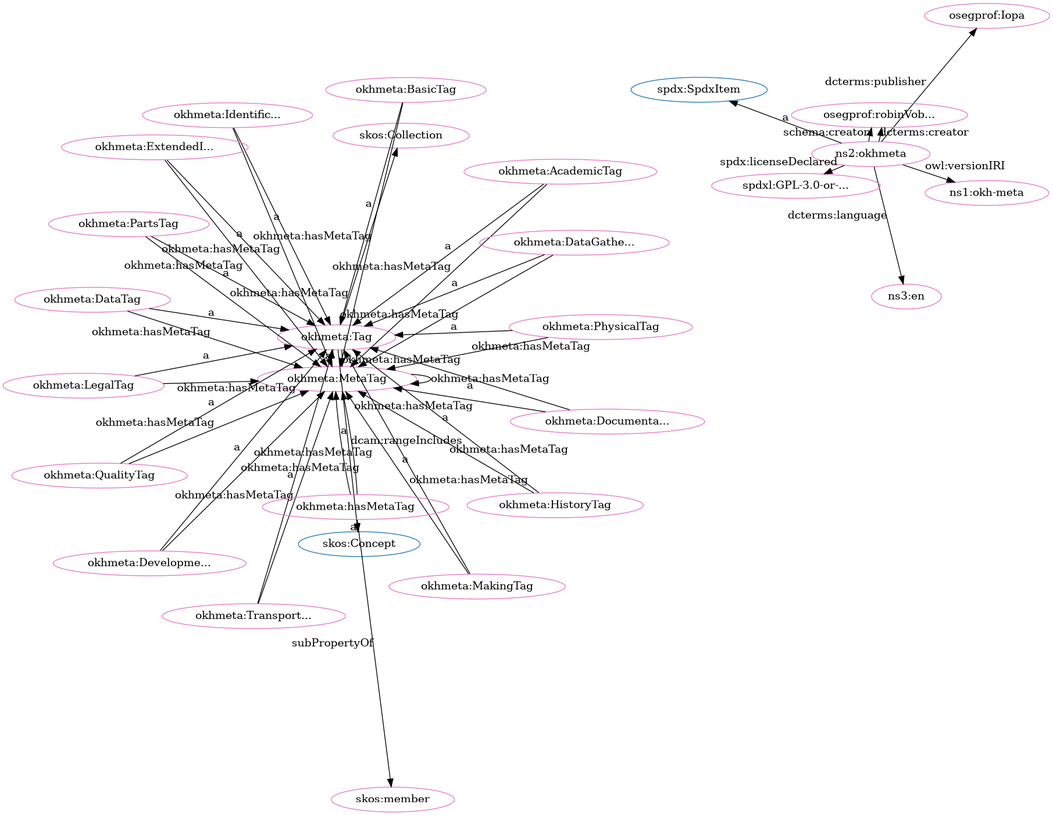
Above: src/spec/dot_okh-meta-clean.png in iop-alliance/OpenKnowHow (Graphviz), before the change. Its source is kept beside it as src/spec/dot_okh-meta-clean.dot.
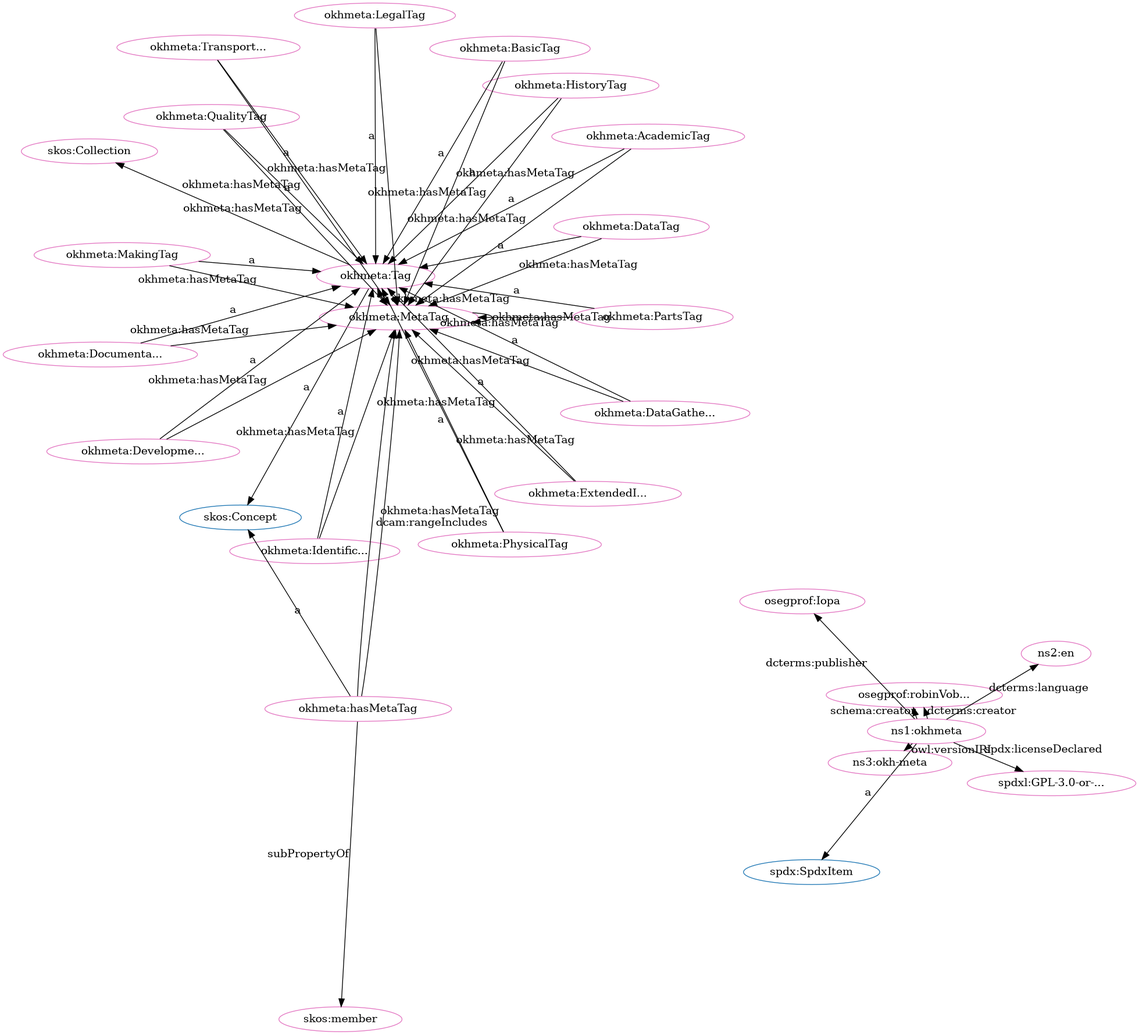
Above is the later version.

Change to the diagram source:
```diff
@@ -1,80 +1,80 @@
 digraph G {
   rankdir=BT
   node[height=.3]
+"http://www.w3.org/2004/02/skos/core#Collection" [fillcolor="#1f77b4" color="#1f77b4" label="skos:Collection"]
 "http://w3id.org/oseg/ont/okhmeta#Tag" [fillcolor="#1f77b4" color="#1f77b4" label="okhmeta:Tag"]
 "http://spdx.org/rdf/terms#SpdxItem" [fillcolor="#1f77b4" color="#1f77b4" label="spdx:SpdxItem"]
-"http://www.w3.org/2004/02/skos/core#Collection" [fillcolor="#1f77b4" color="#1f77b4" label="skos:Collection"]
 "http://www.w3.org/2004/02/skos/core#Concept" [fillcolor="#1f77b4" color="#1f77b4" label="skos:Concept"]
+"http://w3id.org/oseg/ont/okhmeta#QualityTag" [fillcolor="#e377c2" color="#e377c2" label="okhmeta:QualityTag"]
+"http://w3id.org/oseg/ont/okhmeta#AcademicTag" [fillcolor="#e377c2" color="#e377c2" label="okhmeta:AcademicTag"]
+"http://w3id.org/oseg/ont/okhmeta#MetaTag" [fillcolor="#e377c2" color="#e377c2" label="okhmeta:MetaTag"]
+"http://w3id.org/oseg/ont/okhmeta" [fillcolor="#e377c2" color="#e377c2" label="ns1:okhmeta"]
+"http://w3id.org/oseg/ont/okhmeta#DocumentationTag" [fillcolor="#e377c2" color="#e377c2" label="okhmeta:Documenta..."]
+"http://w3id.org/oseg/ont/okhmeta#HistoryTag" [fillcolor="#e377c2" color="#e377c2" label="okhmeta:HistoryTag"]
+"http://w3id.org/oseg/ont/okhmeta#IdentificationTag" [fillcolor="#e377c2" color="#e377c2" label="okhmeta:Identific..."]
+"http://spdx.org/licenses/GPL-3.0-or-later" [fillcolor="#e377c2" color="#e377c2" label="spdxl:GPL-3.0-or-..."]
+"http://w3id.org/oseg/ont/okhmeta#DevelopmentTag" [fillcolor="#e377c2" color="#e377c2" label="okhmeta:Developme..."]
 "http://w3id.org/oseg/ont/okhmeta#LegalTag" [fillcolor="#e377c2" color="#e377c2" label="okhmeta:LegalTag"]
-"http://w3id.org/oseg/ont/oseg-profiles#Iopa" [fillcolor="#e377c2" color="#e377c2" label="osegprof:Iopa"]
-"http://w3id.org/oseg/ont/okhmeta#MetaTag" [fillcolor="#e377c2" color="#e377c2" label="okhmeta:MetaTag"]
-"http://w3id.org/oseg/ont/1.1.0/okh-meta" [fillcolor="#e377c2" color="#e377c2" label="ns1:okh-meta"]
-"http://w3id.org/oseg/ont/okhmeta#IdentificationTag" [fillcolor="#e377c2" color="#e377c2" label="okhmeta:Identific..."]
-"http://w3id.org/oseg/ont/okhmeta#TransportationTag" [fillcolor="#e377c2" color="#e377c2" label="okhmeta:Transport..."]
-"http://w3id.org/oseg/ont/okhmeta" [fillcolor="#e377c2" color="#e377c2" label="ns2:okhmeta"]
-"http://id.loc.gov/vocabulary/iso639-1/en" [fillcolor="#e377c2" color="#e377c2" label="ns3:en"]
-"http://w3id.org/oseg/ont/okhmeta#DocumentationTag" [fillcolor="#e377c2" color="#e377c2" label="okhmeta:Documenta..."]
+"http://www.w3.org/2004/02/skos/core#Collection" [fillcolor="#e377c2" color="#e377c2" label="skos:Collection"]
+"http://w3id.org/oseg/ont/oseg-profiles#robinVobruba" [fillcolor="#e377c2" color="#e377c2" label="osegprof:robinVob..."]
+"http://w3id.org/oseg/ont/okhmeta#hasMetaTag" [fillcolor="#e377c2" color="#e377c2" label="okhmeta:hasMetaTag"]
 "http://www.w3.org/2004/02/skos/core#member" [fillcolor="#e377c2" color="#e377c2" label="skos:member"]
 "http://w3id.org/oseg/ont/okhmeta#MakingTag" [fillcolor="#e377c2" color="#e377c2" label="okhmeta:MakingTag"]
-"http://w3id.org/oseg/ont/okhmeta#QualityTag" [fillcolor="#e377c2" color="#e377c2" label="okhmeta:QualityTag"]
-"http://w3id.org/oseg/ont/okhmeta#DevelopmentTag" [fillcolor="#e377c2" color="#e377c2" label="okhmeta:Developme..."]
+"http://id.loc.gov/vocabulary/iso639-1/en" [fillcolor="#e377c2" color="#e377c2" label="ns2:en"]
+"http://w3id.org/oseg/ont/okhmeta#DataTag" [fillcolor="#e377c2" color="#e377c2" label="okhmeta:DataTag"]
+"http://w3id.org/oseg/ont/okhmeta#ExtendedInfoTag" [fillcolor="#e377c2" color="#e377c2" label="okhmeta:ExtendedI..."]
 "http://w3id.org/oseg/ont/okhmeta#Tag" [fillcolor="#e377c2" color="#e377c2" label="okhmeta:Tag"]
-"http://www.w3.org/2004/02/skos/core#Collection" [fillcolor="#e377c2" color="#e377c2" label="skos:Collection"]
+"http://w3id.org/oseg/ont/okhmeta#DataGatheringTag" [fillcolor="#e377c2" color="#e377c2" label="okhmeta:DataGathe..."]
+"http://w3id.org/oseg/ont/oseg-profiles#Iopa" [fillcolor="#e377c2" color="#e377c2" label="osegprof:Iopa"]
+"http://w3id.org/oseg/ont/okhmeta#TransportationTag" [fillcolor="#e377c2" color="#e377c2" label="okhmeta:Transport..."]
 "http://w3id.org/oseg/ont/okhmeta#PhysicalTag" [fillcolor="#e377c2" color="#e377c2" label="okhmeta:PhysicalTag"]
-"http://w3id.org/oseg/ont/okhmeta#AcademicTag" [fillcolor="#e377c2" color="#e377c2" label="okhmeta:AcademicTag"]
-"http://w3id.org/oseg/ont/oseg-profiles#robinVobruba" [fillcolor="#e377c2" color="#e377c2" label="osegprof:robinVob..."]
-"http://w3id.org/oseg/ont/okhmeta#DataTag" [fillcolor="#e377c2" color="#e377c2" label="okhmeta:DataTag"]
-"http://w3id.org/oseg/ont/okhmeta#hasMetaTag" [fillcolor="#e377c2" color="#e377c2" label="okhmeta:hasMetaTag"]
+"http://w3id.org/oseg/ont/1.1.0/okh-meta" [fillcolor="#e377c2" color="#e377c2" label="ns3:okh-meta"]
 "http://w3id.org/oseg/ont/okhmeta#BasicTag" [fillcolor="#e377c2" color="#e377c2" label="okhmeta:BasicTag"]
 "http://w3id.org/oseg/ont/okhmeta#PartsTag" [fillcolor="#e377c2" color="#e377c2" label="okhmeta:PartsTag"]
-"http://w3id.org/oseg/ont/okhmeta#DataGatheringTag" [fillcolor="#e377c2" color="#e377c2" label="okhmeta:DataGathe..."]
-"http://w3id.org/oseg/ont/okhmeta#ExtendedInfoTag" [fillcolor="#e377c2" color="#e377c2" label="okhmeta:ExtendedI..."]
-"http://w3id.org/oseg/ont/okhmeta#HistoryTag" [fillcolor="#e377c2" color="#e377c2" label="okhmeta:HistoryTag"]
-"http://spdx.org/licenses/GPL-3.0-or-later" [fillcolor="#e377c2" color="#e377c2" label="spdxl:GPL-3.0-or-..."]
+  "http://w3id.org/oseg/ont/okhmeta#DataGatheringTag" -> "http://w3id.org/oseg/ont/okhmeta#MetaTag" [label="okhmeta:hasMetaTag"]
+  "http://w3id.org/oseg/ont/okhmeta" -> "http://spdx.org/rdf/terms#SpdxItem" [label="a"]
+  "http://w3id.org/oseg/ont/okhmeta#hasMetaTag" -> "http://w3id.org/oseg/ont/okhmeta#MetaTag" [label="dcam:rangeIncludes"]
+  "http://w3id.org/oseg/ont/okhmeta#BasicTag" -> "http://w3id.org/oseg/ont/okhmeta#MetaTag" [label="okhmeta:hasMetaTag"]
+  "http://w3id.org/oseg/ont/okhmeta#QualityTag" -> "http://w3id.org/oseg/ont/okhmeta#MetaTag" [label="okhmeta:hasMetaTag"]
+  "http://w3id.org/oseg/ont/okhmeta#AcademicTag" -> "http://w3id.org/oseg/ont/okhmeta#MetaTag" [label="okhmeta:hasMetaTag"]
+  "http://w3id.org/oseg/ont/okhmeta#Tag" -> "http://www.w3.org/2004/02/skos/core#Collection" [label=""]
+  "http://w3id.org/oseg/ont/okhmeta" -> "http://w3id.org/oseg/ont/oseg-profiles#robinVobruba" [label="schema:creator"]
+  "http://w3id.org/oseg/ont/okhmeta#MetaTag" -> "http://w3id.org/oseg/ont/okhmeta#MetaTag" [label="okhmeta:hasMetaTag"]
+  "http://w3id.org/oseg/ont/okhmeta#DocumentationTag" -> "http://w3id.org/oseg/ont/okhmeta#MetaTag" [label="okhmeta:hasMetaTag"]
+  "http://w3id.org/oseg/ont/okhmeta#DataTag" -> "http://w3id.org/oseg/ont/okhmeta#MetaTag" [label="okhmeta:hasMetaTag"]
+  "http://w3id.org/oseg/ont/okhmeta#HistoryTag" -> "http://w3id.org/oseg/ont/okhmeta#MetaTag" [label="okhmeta:hasMetaTag"]
+  "http://w3id.org/oseg/ont/okhmeta#hasMetaTag" -> "http://www.w3.org/2004/02/skos/core#member" [label="subPropertyOf"]
+  "http://w3id.org/oseg/ont/okhmeta#MakingTag" -> "http://w3id.org/oseg/ont/okhmeta#Tag" [label="a"]
+  "http://w3id.org/oseg/ont/okhmeta" -> "http://id.loc.gov/vocabulary/iso639-1/en" [label="dcterms:language"]
+  "http://w3id.org/oseg/ont/okhmeta#DevelopmentTag" -> "http://w3id.org/oseg/ont/okhmeta#MetaTag" [label="okhmeta:hasMetaTag"]
+  "http://w3id.org/oseg/ont/okhmeta#LegalTag" -> "http://w3id.org/oseg/ont/okhmeta#MetaTag" [label="okhmeta:hasMetaTag"]
+  "http://w3id.org/oseg/ont/okhmeta#IdentificationTag" -> "http://w3id.org/oseg/ont/okhmeta#MetaTag" [label="okhmeta:hasMetaTag"]
+  "http://w3id.org/oseg/ont/okhmeta#ExtendedInfoTag" -> "http://w3id.org/oseg/ont/okhmeta#Tag" [label="a"]
+  "http://w3id.org/oseg/ont/okhmeta#DataGatheringTag" -> "http://w3id.org/oseg/ont/okhmeta#Tag" [label="a"]
+  "http://w3id.org/oseg/ont/okhmeta#TransportationTag" -> "http://w3id.org/oseg/ont/okhmeta#MetaTag" [label="okhmeta:hasMetaTag"]
+  "http://w3id.org/oseg/ont/okhmeta" -> "http://w3id.org/oseg/ont/oseg-profiles#Iopa" [label="dcterms:publisher"]
+  "http://w3id.org/oseg/ont/okhmeta#PhysicalTag" -> "http://w3id.org/oseg/ont/okhmeta#MetaTag" [label="okhmeta:hasMetaTag"]
+  "http://w3id.org/oseg/ont/okhmeta#TransportationTag" -> "http://w3id.org/oseg/ont/okhmeta#Tag" [label="a"]
+  "http://w3id.org/oseg/ont/okhmeta#BasicTag" -> "http://w3id.org/oseg/ont/okhmeta#Tag" [label="a"]
+  "http://w3id.org/oseg/ont/okhmeta#QualityTag" -> "http://w3id.org/oseg/ont/okhmeta#Tag" [label="a"]
+  "http://w3id.org/oseg/ont/okhmeta#AcademicTag" -> "http://w3id.org/oseg/ont/okhmeta#Tag" [label="a"]
+  "http://w3id.org/oseg/ont/okhmeta#HistoryTag" -> "http://w3id.org/oseg/ont/okhmeta#Tag" [label="a"]
+  "http://w3id.org/oseg/ont/okhmeta#DocumentationTag" -> "http://w3id.org/oseg/ont/okhmeta#Tag" [label="a"]
+  "http://w3id.org/oseg/ont/okhmeta#IdentificationTag" -> "http://w3id.org/oseg/ont/okhmeta#Tag" [label="a"]
+  "http://w3id.org/oseg/ont/okhmeta" -> "http://spdx.org/licenses/GPL-3.0-or-later" [label="spdx:licenseDeclared"]
+  "http://w3id.org/oseg/ont/okhmeta#DevelopmentTag" -> "http://w3id.org/oseg/ont/okhmeta#Tag" [label="a"]
   "http://w3id.org/oseg/ont/okhmeta#LegalTag" -> "http://w3id.org/oseg/ont/okhmeta#Tag" [label="a"]
-  "http://w3id.org/oseg/ont/okhmeta" -> "http://w3id.org/oseg/ont/oseg-profiles#Iopa" [label="dcterms:publisher"]
-  "http://w3id.org/oseg/ont/okhmeta#QualityTag" -> "http://w3id.org/oseg/ont/okhmeta#MetaTag" [label="okhmeta:hasMetaTag"]
-  "http://w3id.org/oseg/ont/okhmeta" -> "http://id.loc.gov/vocabulary/iso639-1/en" [label="dcterms:language"]
-  "http://w3id.org/oseg/ont/okhmeta#hasMetaTag" -> "http://www.w3.org/2004/02/skos/core#member" [label="subPropertyOf"]
+  "http://w3id.org/oseg/ont/okhmeta#PartsTag" -> "http://w3id.org/oseg/ont/okhmeta#MetaTag" [label="okhmeta:hasMetaTag"]
+  "http://w3id.org/oseg/ont/okhmeta#hasMetaTag" -> "http://www.w3.org/2004/02/skos/core#Concept" [label="a"]
+  "http://w3id.org/oseg/ont/okhmeta#MetaTag" -> "http://w3id.org/oseg/ont/okhmeta#Tag" [label="a"]
   "http://w3id.org/oseg/ont/okhmeta#ExtendedInfoTag" -> "http://w3id.org/oseg/ont/okhmeta#MetaTag" [label="okhmeta:hasMetaTag"]
-  "http://w3id.org/oseg/ont/okhmeta#MakingTag" -> "http://w3id.org/oseg/ont/okhmeta#Tag" [label="a"]
-  "http://w3id.org/oseg/ont/okhmeta#DevelopmentTag" -> "http://w3id.org/oseg/ont/okhmeta#Tag" [label="a"]
-  "http://w3id.org/oseg/ont/okhmeta#MetaTag" -> "http://w3id.org/oseg/ont/okhmeta#MetaTag" [label="okhmeta:hasMetaTag"]
-  "http://w3id.org/oseg/ont/okhmeta#Tag" -> "http://www.w3.org/2004/02/skos/core#Collection" [label=""]
-  "http://w3id.org/oseg/ont/okhmeta#LegalTag" -> "http://w3id.org/oseg/ont/okhmeta#MetaTag" [label="okhmeta:hasMetaTag"]
-  "http://w3id.org/oseg/ont/okhmeta#AcademicTag" -> "http://w3id.org/oseg/ont/okhmeta#Tag" [label="a"]
-  "http://w3id.org/oseg/ont/okhmeta#DevelopmentTag" -> "http://w3id.org/oseg/ont/okhmeta#MetaTag" [label="okhmeta:hasMetaTag"]
-  "http://w3id.org/oseg/ont/okhmeta#BasicTag" -> "http://w3id.org/oseg/ont/okhmeta#Tag" [label="a"]
-  "http://w3id.org/oseg/ont/okhmeta" -> "http://w3id.org/oseg/ont/oseg-profiles#robinVobruba" [label="schema:creator"]
+  "http://w3id.org/oseg/ont/okhmeta#DataTag" -> "http://w3id.org/oseg/ont/okhmeta#Tag" [label="a"]
+  "http://w3id.org/oseg/ont/okhmeta" -> "http://w3id.org/oseg/ont/oseg-profiles#robinVobruba" [label="dcterms:creator"]
+  "http://w3id.org/oseg/ont/okhmeta#hasMetaTag" -> "http://w3id.org/oseg/ont/okhmeta#MetaTag" [label="okhmeta:hasMetaTag"]
+  "http://w3id.org/oseg/ont/okhmeta#Tag" -> "http://www.w3.org/2004/02/skos/core#Concept" [label="a"]
+  "http://w3id.org/oseg/ont/okhmeta#Tag" -> "http://w3id.org/oseg/ont/okhmeta#MetaTag" [label="okhmeta:hasMetaTag"]
+  "http://w3id.org/oseg/ont/okhmeta#PhysicalTag" -> "http://w3id.org/oseg/ont/okhmeta#Tag" [label="a"]
+  "http://w3id.org/oseg/ont/okhmeta" -> "http://w3id.org/oseg/ont/1.1.0/okh-meta" [label="owl:versionIRI"]
   "http://w3id.org/oseg/ont/okhmeta#PartsTag" -> "http://w3id.org/oseg/ont/okhmeta#Tag" [label="a"]
-  "http://w3id.org/oseg/ont/okhmeta#DataGatheringTag" -> "http://w3id.org/oseg/ont/okhmeta#Tag" [label="a"]
-  "http://w3id.org/oseg/ont/okhmeta#hasMetaTag" -> "http://w3id.org/oseg/ont/okhmeta#MetaTag" [label="okhmeta:hasMetaTag"]
-  "http://w3id.org/oseg/ont/okhmeta" -> "http://spdx.org/rdf/terms#SpdxItem" [label="a"]
-  "http://w3id.org/oseg/ont/okhmeta#HistoryTag" -> "http://w3id.org/oseg/ont/okhmeta#Tag" [label="a"]
-  "http://w3id.org/oseg/ont/okhmeta#DataTag" -> "http://w3id.org/oseg/ont/okhmeta#MetaTag" [label="okhmeta:hasMetaTag"]
-  "http://w3id.org/oseg/ont/okhmeta" -> "http://spdx.org/licenses/GPL-3.0-or-later" [label="spdx:licenseDeclared"]
-  "http://w3id.org/oseg/ont/okhmeta#IdentificationTag" -> "http://w3id.org/oseg/ont/okhmeta#MetaTag" [label="okhmeta:hasMetaTag"]
-  "http://w3id.org/oseg/ont/okhmeta#BasicTag" -> "http://w3id.org/oseg/ont/okhmeta#MetaTag" [label="okhmeta:hasMetaTag"]
-  "http://w3id.org/oseg/ont/okhmeta#PartsTag" -> "http://w3id.org/oseg/ont/okhmeta#MetaTag" [label="okhmeta:hasMetaTag"]
-  "http://w3id.org/oseg/ont/okhmeta" -> "http://w3id.org/oseg/ont/1.1.0/okh-meta" [label="owl:versionIRI"]
-  "http://w3id.org/oseg/ont/okhmeta#DocumentationTag" -> "http://w3id.org/oseg/ont/okhmeta#MetaTag" [label="okhmeta:hasMetaTag"]
-  "http://w3id.org/oseg/ont/okhmeta#IdentificationTag" -> "http://w3id.org/oseg/ont/okhmeta#Tag" [label="a"]
-  "http://w3id.org/oseg/ont/okhmeta#TransportationTag" -> "http://w3id.org/oseg/ont/okhmeta#Tag" [label="a"]
-  "http://w3id.org/oseg/ont/okhmeta#DocumentationTag" -> "http://w3id.org/oseg/ont/okhmeta#Tag" [label="a"]
-  "http://w3id.org/oseg/ont/okhmeta#QualityTag" -> "http://w3id.org/oseg/ont/okhmeta#Tag" [label="a"]
-  "http://w3id.org/oseg/ont/okhmeta#AcademicTag" -> "http://w3id.org/oseg/ont/okhmeta#MetaTag" [label="okhmeta:hasMetaTag"]
-  "http://w3id.org/oseg/ont/okhmeta#Tag" -> "http://www.w3.org/2004/02/skos/core#Concept" [label="a"]
-  "http://w3id.org/oseg/ont/okhmeta#PhysicalTag" -> "http://w3id.org/oseg/ont/okhmeta#Tag" [label="a"]
-  "http://w3id.org/oseg/ont/okhmeta#TransportationTag" -> "http://w3id.org/oseg/ont/okhmeta#MetaTag" [label="okhmeta:hasMetaTag"]
-  "http://w3id.org/oseg/ont/okhmeta" -> "http://w3id.org/oseg/ont/oseg-profiles#robinVobruba" [label="dcterms:creator"]
-  "http://w3id.org/oseg/ont/okhmeta#DataTag" -> "http://w3id.org/oseg/ont/okhmeta#Tag" [label="a"]
-  "http://w3id.org/oseg/ont/okhmeta#hasMetaTag" -> "http://www.w3.org/2004/02/skos/core#Concept" [label="a"]
-  "http://w3id.org/oseg/ont/okhmeta#Tag" -> "http://w3id.org/oseg/ont/okhmeta#MetaTag" [label="okhmeta:hasMetaTag"]
-  "http://w3id.org/oseg/ont/okhmeta#DataGatheringTag" -> "http://w3id.org/oseg/ont/okhmeta#MetaTag" [label="okhmeta:hasMetaTag"]
   "http://w3id.org/oseg/ont/okhmeta#MakingTag" -> "http://w3id.org/oseg/ont/okhmeta#MetaTag" [label="okhmeta:hasMetaTag"]
-  "http://w3id.org/oseg/ont/okhmeta#hasMetaTag" -> "http://w3id.org/oseg/ont/okhmeta#MetaTag" [label="dcam:rangeIncludes"]
-  "http://w3id.org/oseg/ont/okhmeta#PhysicalTag" -> "http://w3id.org/oseg/ont/okhmeta#MetaTag" [label="okhmeta:hasMetaTag"]
-  "http://w3id.org/oseg/ont/okhmeta#ExtendedInfoTag" -> "http://w3id.org/oseg/ont/okhmeta#Tag" [label="a"]
-  "http://w3id.org/oseg/ont/okhmeta#HistoryTag" -> "http://w3id.org/oseg/ont/okhmeta#MetaTag" [label="okhmeta:hasMetaTag"]
-  "http://w3id.org/oseg/ont/okhmeta#MetaTag" -> "http://w3id.org/oseg/ont/okhmeta#Tag" [label="a"]
 }
```
